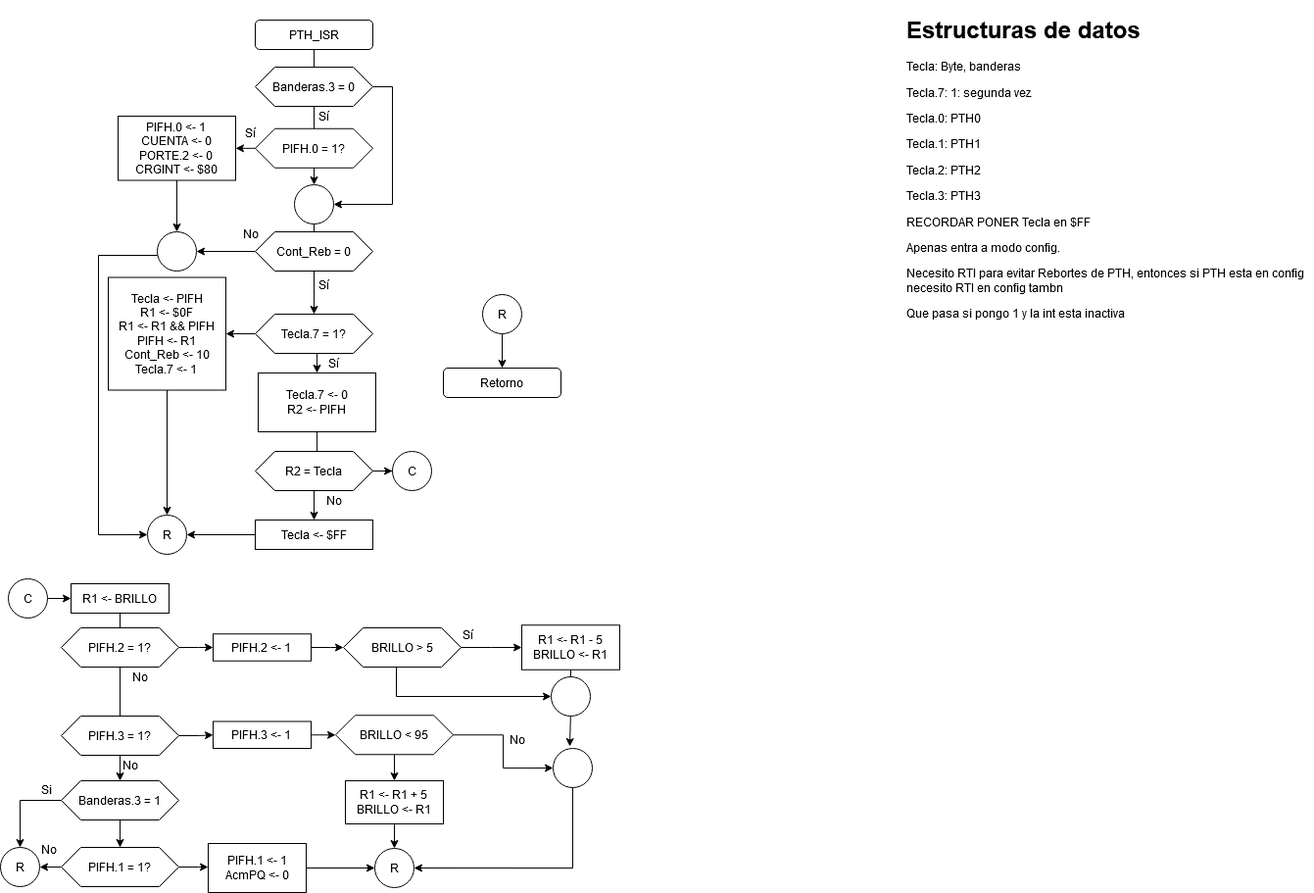
Before: Tarea 5/PTH_ISR.png, a diagram exported from draw.io (robz25/Microprocesadores). Source tidied: cells renumbered, new cells last; positions are measured from the earlier drawing's top-left corner, leaving out a move shared by most shapes.
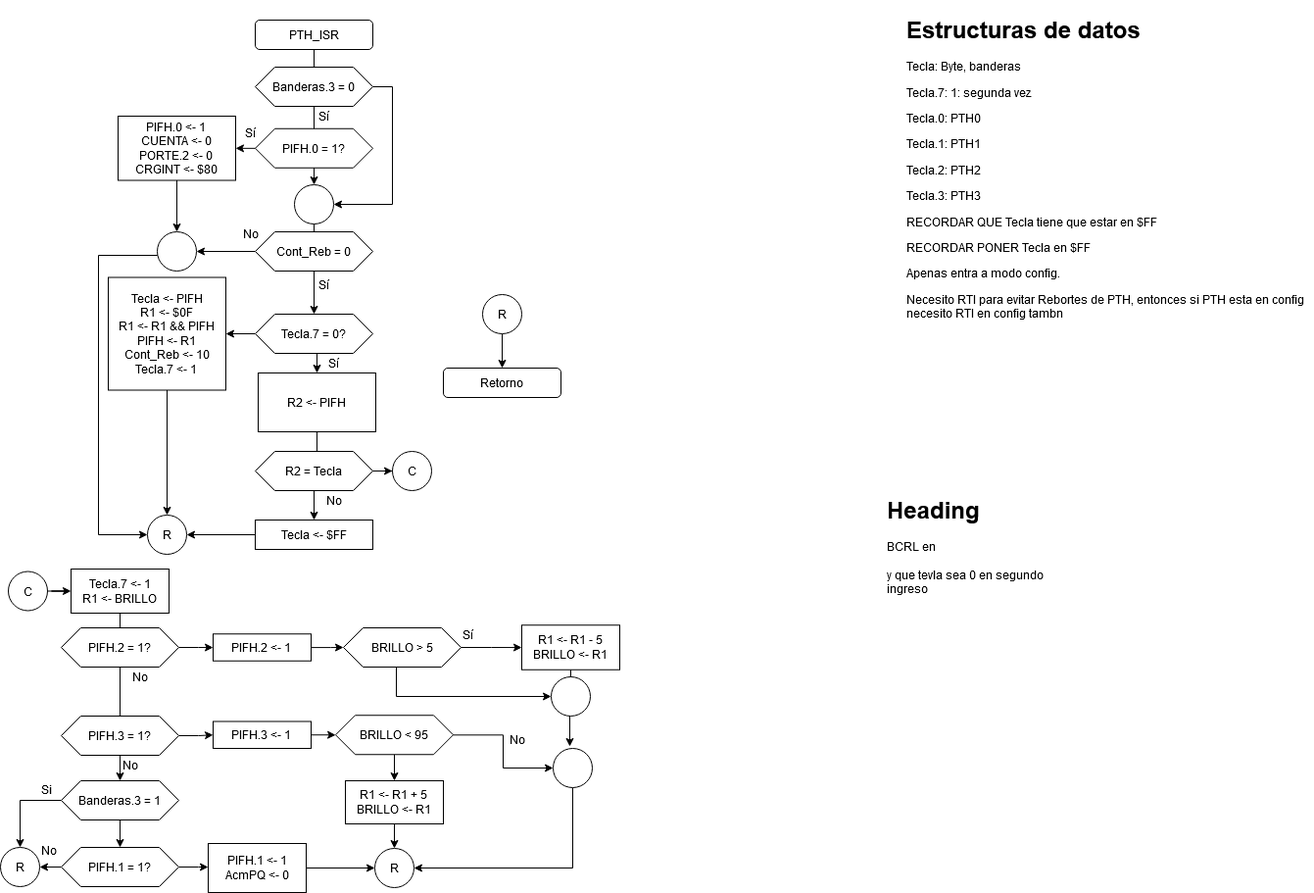
The same diagram one commit later.

Change to the diagram source:
```diff
@@ -43,7 +43,7 @@
     <mxCell id="14" value="Sí" style="text;html=1;align=center;verticalAlign=middle;" parent="1" vertex="1">
       <mxGeometry x="315" y="270" width="30" height="20" as="geometry" />
     </mxCell>
-    <mxCell id="15" value="&lt;h1&gt;Estructuras de datos&lt;br&gt;&lt;/h1&gt;&lt;p&gt;Tecla: Byte, banderas&lt;/p&gt;&lt;p&gt;Tecla.7: 1: segunda vez&lt;/p&gt;&lt;p&gt;Tecla.0: PTH0&lt;/p&gt;&lt;p&gt;Tecla.1: PTH1&lt;/p&gt;&lt;p&gt;Tecla.2: PTH2&lt;/p&gt;&lt;p&gt;Tecla.3: PTH3&lt;/p&gt;&lt;p&gt;RECORDAR PONER Tecla en $FF&lt;/p&gt;&lt;p&gt;Apenas entra a modo config.&lt;/p&gt;&lt;p&gt;Necesito RTI para evitar Rebortes de PTH, entonces si PTH esta en config necesito RTI en config tambn&lt;br&gt;&lt;/p&gt;&lt;p&gt;Que pasa si pongo 1 y la int esta inactiva&lt;br&gt;&lt;/p&gt;" style="text;html=1;strokeColor=none;fillColor=none;spacing=5;spacingTop=-20;whiteSpace=wrap;overflow=hidden;rounded=0;" parent="1" vertex="1">
+    <mxCell id="15" value="&lt;h1&gt;Estructuras de datos&lt;br&gt;&lt;/h1&gt;&lt;p&gt;Tecla: Byte, banderas&lt;/p&gt;&lt;p&gt;Tecla.7: 1: segunda vez&lt;/p&gt;&lt;p&gt;Tecla.0: PTH0&lt;/p&gt;&lt;p&gt;Tecla.1: PTH1&lt;/p&gt;&lt;p&gt;Tecla.2: PTH2&lt;/p&gt;&lt;p&gt;Tecla.3: PTH3&lt;/p&gt;&lt;p&gt;RECORDAR QUE Tecla tiene que estar en $FF&lt;/p&gt;&lt;p&gt;RECORDAR PONER Tecla en $FF&lt;/p&gt;&lt;p&gt;Apenas entra a modo config.&lt;/p&gt;&lt;p&gt;Necesito RTI para evitar Rebortes de PTH, entonces si PTH esta en config necesito RTI en config tambn&lt;br&gt;&lt;/p&gt;&lt;p&gt;Que pasa si pongo 1 y la int esta inactiva&lt;br&gt;&lt;/p&gt;" style="text;html=1;strokeColor=none;fillColor=none;spacing=5;spacingTop=-20;whiteSpace=wrap;overflow=hidden;rounded=0;" parent="1" vertex="1">
       <mxGeometry x="920" width="420" height="325" as="geometry" />
     </mxCell>
     <mxCell id="16" style="edgeStyle=orthogonalEdgeStyle;rounded=0;jettySize=auto;html=1;" parent="1" edge="1" source="18" target="21">
@@ -52,7 +52,7 @@
     <mxCell id="17" style="edgeStyle=orthogonalEdgeStyle;rounded=0;jettySize=auto;html=1;exitX=0.5;exitY=1;exitDx=0;exitDy=0;entryX=0.5;entryY=0;entryDx=0;entryDy=0;" parent="1" edge="1" source="18" target="25">
       <mxGeometry relative="1" as="geometry" />
     </mxCell>
-    <mxCell id="18" value="Tecla.7 = 1?" style="shape=hexagon;perimeter=hexagonPerimeter2;whiteSpace=wrap;html=1;fixedSize=1;" parent="1" vertex="1">
+    <mxCell id="18" value="Tecla.7 = 0?" style="shape=hexagon;perimeter=hexagonPerimeter2;whiteSpace=wrap;html=1;fixedSize=1;" parent="1" vertex="1">
       <mxGeometry x="260" y="310" width="120" height="40" as="geometry" />
     </mxCell>
     <mxCell id="19" value="Sí" style="text;html=1;align=center;verticalAlign=middle;" parent="1" vertex="1">
@@ -78,7 +78,7 @@
     <mxCell id="24" style="edgeStyle=orthogonalEdgeStyle;rounded=0;jettySize=auto;html=1;" parent="1" edge="1" source="25" target="30">
       <mxGeometry relative="1" as="geometry" />
     </mxCell>
-    <mxCell id="25" value="&lt;div&gt;Tecla.7 &amp;lt;- 0&lt;/div&gt;&lt;div&gt;R2 &amp;lt;- PIFH&lt;br&gt;&lt;/div&gt;" style="rounded=0;whiteSpace=wrap;html=1;" parent="1" vertex="1">
+    <mxCell id="25" value="&lt;div&gt;R2 &amp;lt;- PIFH&lt;br&gt;&lt;/div&gt;" style="rounded=0;whiteSpace=wrap;html=1;" parent="1" vertex="1">
       <mxGeometry x="263" y="370" width="120" height="60" as="geometry" />
     </mxCell>
     <mxCell id="26" style="edgeStyle=orthogonalEdgeStyle;rounded=0;jettySize=auto;html=1;exitX=0.5;exitY=1;exitDx=0;exitDy=0;entryX=0.5;entryY=0;entryDx=0;entryDy=0;" parent="1" edge="1" source="27" target="29">
@@ -256,13 +256,16 @@
       <mxGeometry relative="1" as="geometry" />
     </mxCell>
     <mxCell id="79" value="C" style="ellipse;whiteSpace=wrap;html=1;" parent="1" vertex="1">
-      <mxGeometry x="8" y="580" width="40" height="40" as="geometry" />
+      <mxGeometry x="8" y="572.5" width="40" height="40" as="geometry" />
     </mxCell>
-    <mxCell id="80" value="R1 &amp;lt;- BRILLO" style="rounded=0;whiteSpace=wrap;html=1;gradientColor=#ffffff;" parent="1" vertex="1">
-      <mxGeometry x="72" y="585" width="100" height="30" as="geometry" />
+    <mxCell id="80" value="&lt;div&gt;Tecla.7 &amp;lt;- 1&lt;/div&gt;&lt;div&gt;R1 &amp;lt;- BRILLO&lt;/div&gt;" style="rounded=0;whiteSpace=wrap;html=1;gradientColor=#ffffff;" parent="1" vertex="1">
+      <mxGeometry x="72" y="570" width="100" height="45" as="geometry" />
     </mxCell>
     <mxCell id="81" style="ellipse;whiteSpace=wrap;html=1;" parent="1" vertex="1">
       <mxGeometry x="562" y="680" width="40" height="40" as="geometry" />
     </mxCell>
+    <mxCell id="82" value="&lt;h1&gt;Heading&lt;/h1&gt;&lt;div&gt;BCRL en &lt;br&gt;&lt;/div&gt;&lt;div&gt;&lt;br&gt;&lt;/div&gt;y que tevla sea 0 en segundo ingreso" style="text;html=1;strokeColor=none;fillColor=none;spacing=5;spacingTop=-20;whiteSpace=wrap;overflow=hidden;rounded=0;" parent="1" vertex="1">
+      <mxGeometry x="900" y="490" width="190" height="120" as="geometry" />
+    </mxCell>
   </root>
 </mxGraphModel>
```
